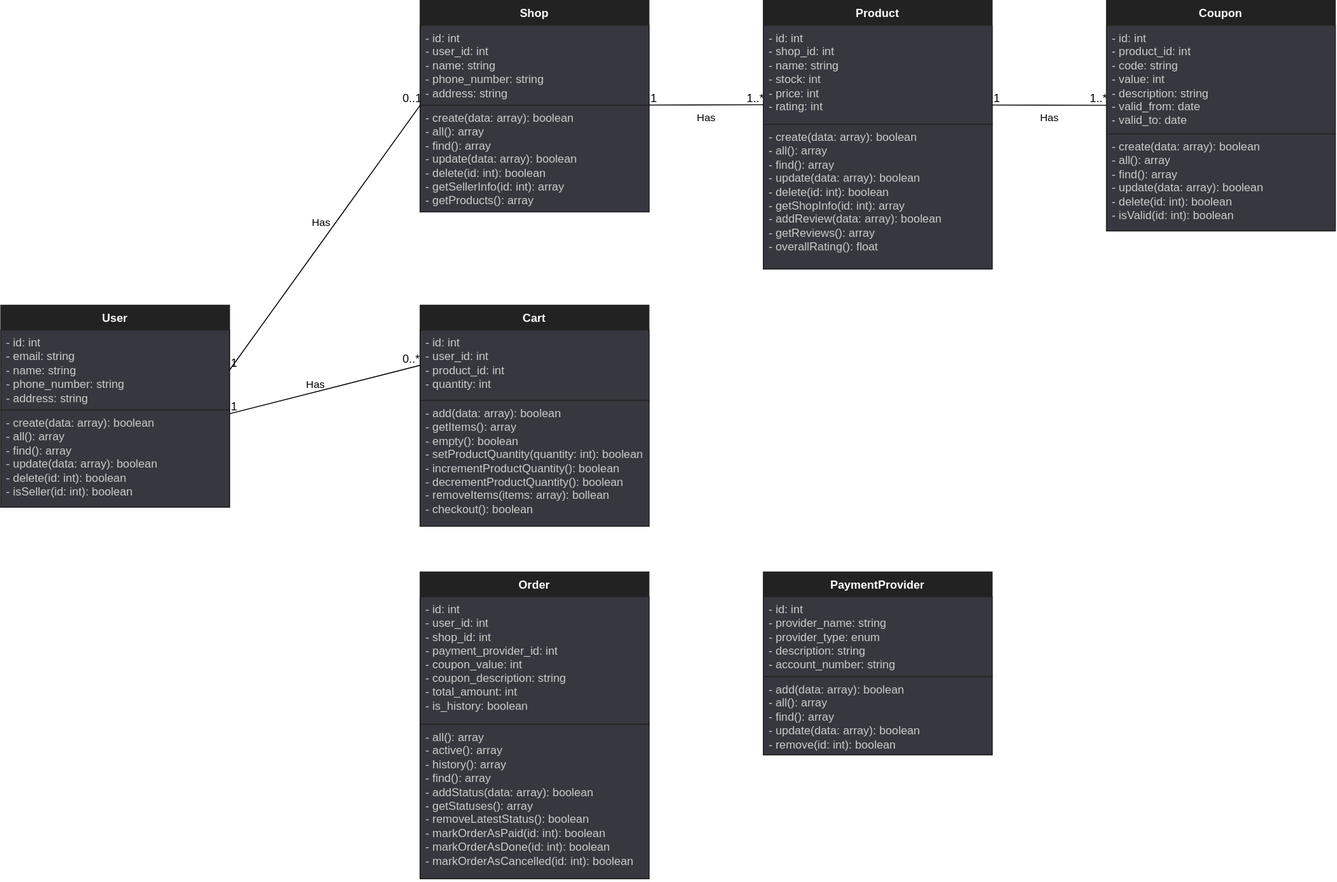
Before: class-diagram.drawio.svg, a diagram exported from draw.io (redorgs/luxe-crafted). Source tidied: cells renumbered, new cells last; positions are measured from the earlier drawing's top-left corner, leaving out a move shared by most shapes.
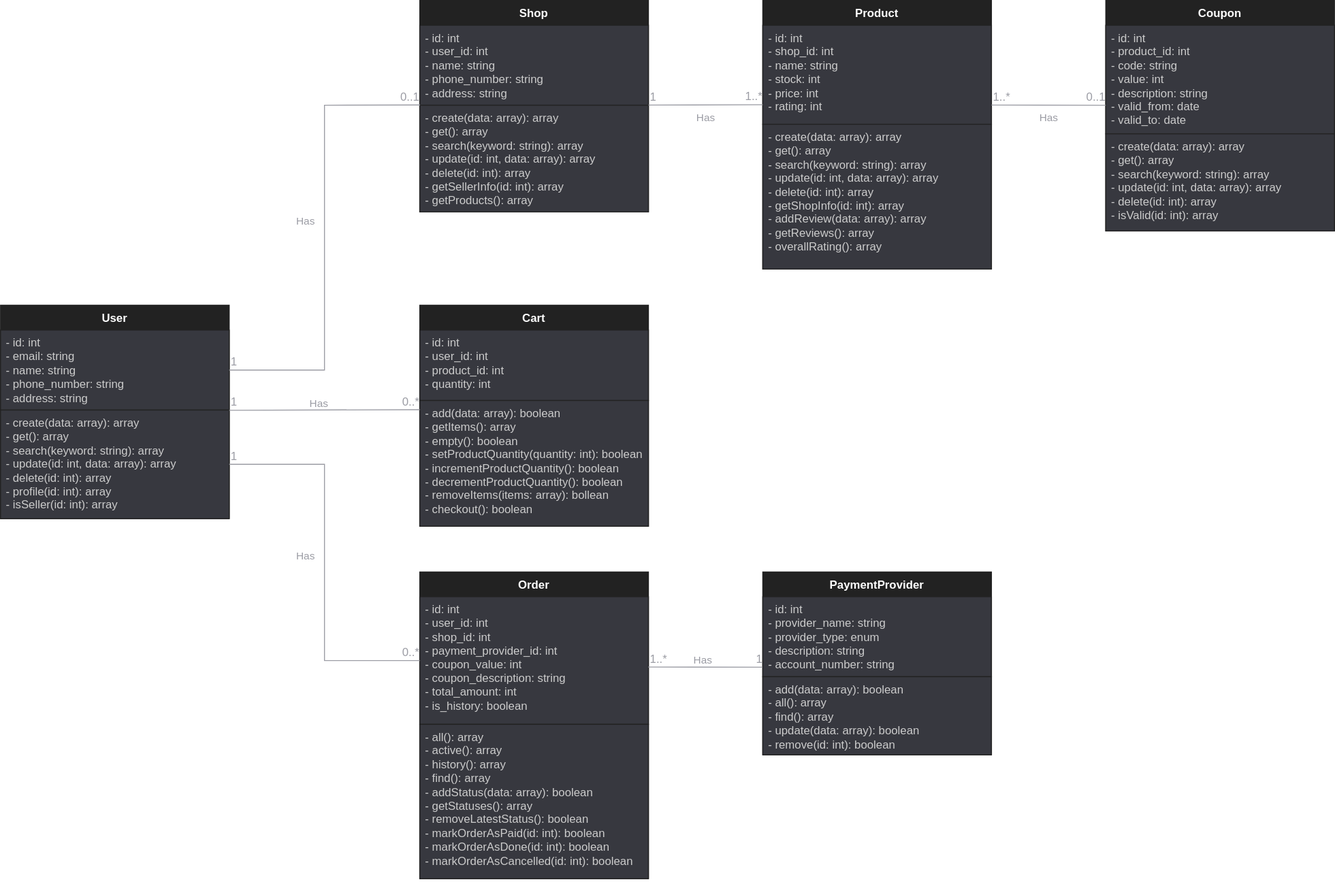
Later version of the same file.

Diff of the diagram source:
```diff
@@ -3,13 +3,13 @@
     <mxCell id="0" />
     <mxCell id="1" parent="0" />
     <mxCell id="2" value="User" style="swimlane;fontStyle=1;align=center;verticalAlign=top;horizontal=1;startSize=26;whiteSpace=wrap;html=1;fillColor=#222222;strokeColor=#222222;fontColor=#FFFFFF;" parent="1" vertex="1">
-      <mxGeometry y="320" width="240" height="212" as="geometry" />
+      <mxGeometry y="320" width="240" height="224" as="geometry" />
     </mxCell>
     <mxCell id="3" value="- id: int&lt;br&gt;- email: string&lt;br&gt;- name: string&lt;br&gt;- phone_number: string&lt;br&gt;- address: string" style="text;strokeColor=#222222;fillColor=#37383F;align=left;verticalAlign=top;spacingLeft=4;spacingRight=4;overflow=hidden;points=[[0,0.5],[1,0.5]];portConstraint=eastwest;whiteSpace=wrap;html=1;fontColor=#ccc;" parent="2" vertex="1">
       <mxGeometry y="26" width="240" height="84" as="geometry" />
     </mxCell>
-    <mxCell id="4" value="- create(data: array): boolean&lt;br&gt;- all(): array&lt;br&gt;- find(): array&lt;br&gt;- update(data: array): boolean&lt;br&gt;- delete(id: int): boolean&lt;br&gt;- isSeller(id: int): boolean" style="text;strokeColor=#222222;fillColor=#37383F;align=left;verticalAlign=top;spacingLeft=4;spacingRight=4;overflow=hidden;points=[[0,0.5],[1,0.5]];portConstraint=eastwest;whiteSpace=wrap;html=1;fontColor=#ccc;" parent="2" vertex="1">
-      <mxGeometry y="110" width="240" height="102" as="geometry" />
+    <mxCell id="4" value="- create(data: array): array&lt;br&gt;- get(): array&lt;br&gt;- search(keyword: string): array&lt;br&gt;- update(id: int, data: array): array&lt;br&gt;- delete(id: int): array&lt;br&gt;- profile(id: int): array&lt;br&gt;- isSeller(id: int): array" style="text;strokeColor=#222222;fillColor=#37383F;align=left;verticalAlign=top;spacingLeft=4;spacingRight=4;overflow=hidden;points=[[0,0.5],[1,0.5]];portConstraint=eastwest;whiteSpace=wrap;html=1;fontColor=#ccc;" parent="2" vertex="1">
+      <mxGeometry y="110" width="240" height="114" as="geometry" />
     </mxCell>
     <mxCell id="5" value="Shop" style="swimlane;fontStyle=1;align=center;verticalAlign=top;horizontal=1;startSize=26;whiteSpace=wrap;html=1;fillColor=#222222;strokeColor=#222222;fontColor=#FFFFFF;" parent="1" vertex="1">
       <mxGeometry x="440" width="240" height="222" as="geometry" />
@@ -17,7 +17,7 @@
     <mxCell id="6" value="- id: int&#10;- user_id: int&#10;- name: string&#10;- phone_number: string&#10;- address: string" style="text;strokeColor=#222222;fillColor=#37383F;align=left;verticalAlign=top;spacingLeft=4;spacingRight=4;overflow=hidden;points=[[0,0.5],[1,0.5]];portConstraint=eastwest;whiteSpace=wrap;html=1;fontColor=#ccc;" parent="5" vertex="1">
       <mxGeometry y="26" width="240" height="84" as="geometry" />
     </mxCell>
-    <mxCell id="7" value="- create(data: array): boolean&#10;- all(): array&#10;- find(): array&#10;- update(data: array): boolean&#10;- delete(id: int): boolean&#10;- getSellerInfo(id: int): array&#10;- getProducts(): array" style="text;strokeColor=#222222;fillColor=#37383F;align=left;verticalAlign=top;spacingLeft=4;spacingRight=4;overflow=hidden;whiteSpace=wrap;html=1;fontColor=#ccc;" parent="5" vertex="1">
+    <mxCell id="7" value="- create(data: array): array&lt;br style=&quot;border-color: var(--border-color);&quot;&gt;- get(): array&lt;br style=&quot;border-color: var(--border-color);&quot;&gt;- search(keyword: string): array&lt;br style=&quot;border-color: var(--border-color);&quot;&gt;- update(id: int, data: array): array&lt;br style=&quot;border-color: var(--border-color);&quot;&gt;- delete(id: int): array&lt;br&gt;- getSellerInfo(id: int): array&lt;br&gt;- getProducts(): array" style="text;strokeColor=#222222;fillColor=#37383F;align=left;verticalAlign=top;spacingLeft=4;spacingRight=4;overflow=hidden;whiteSpace=wrap;html=1;fontColor=#ccc;" parent="5" vertex="1">
       <mxGeometry y="110" width="240" height="112" as="geometry" />
     </mxCell>
     <mxCell id="8" value="&lt;div&gt;Product&lt;/div&gt;" style="swimlane;fontStyle=1;align=center;verticalAlign=top;horizontal=1;startSize=26;whiteSpace=wrap;html=1;fillColor=#222222;strokeColor=#222222;fontColor=#FFFFFF;" parent="1" vertex="1">
@@ -26,7 +26,7 @@
     <mxCell id="9" value="- id: int&#10;- shop_id: int&#10;- name: string&#10;- stock: int&#10;- price: int&#10;- rating: int" style="text;strokeColor=#222222;fillColor=#37383F;align=left;verticalAlign=top;spacingLeft=4;spacingRight=4;overflow=hidden;points=[[0,0.5],[1,0.5]];portConstraint=eastwest;whiteSpace=wrap;html=1;fontColor=#ccc;" parent="8" vertex="1">
       <mxGeometry y="26" width="240" height="104" as="geometry" />
     </mxCell>
-    <mxCell id="10" value="- create(data: array): boolean&#10;- all(): array&#10;- find(): array&#10;- update(data: array): boolean&#10;- delete(id: int): boolean&#10;- getShopInfo(id: int): array&#10;- addReview(data: array): boolean&#10;- getReviews(): array&#10;- overallRating(): float" style="text;strokeColor=#222222;fillColor=#37383F;align=left;verticalAlign=top;spacingLeft=4;spacingRight=4;overflow=hidden;whiteSpace=wrap;html=1;fontColor=#ccc;" parent="8" vertex="1">
+    <mxCell id="10" value="- create(data: array): array&lt;br style=&quot;border-color: var(--border-color);&quot;&gt;- get(): array&lt;br style=&quot;border-color: var(--border-color);&quot;&gt;- search(keyword: string): array&lt;br style=&quot;border-color: var(--border-color);&quot;&gt;- update(id: int, data: array): array&lt;br style=&quot;border-color: var(--border-color);&quot;&gt;- delete(id: int): array&lt;br&gt;- getShopInfo(id: int): array&lt;br&gt;- addReview(data: array): array&lt;br&gt;- getReviews(): array&lt;br&gt;- overallRating(): array" style="text;strokeColor=#222222;fillColor=#37383F;align=left;verticalAlign=top;spacingLeft=4;spacingRight=4;overflow=hidden;whiteSpace=wrap;html=1;fontColor=#ccc;" parent="8" vertex="1">
       <mxGeometry y="130" width="240" height="152" as="geometry" />
     </mxCell>
     <mxCell id="11" value="Cart" style="swimlane;fontStyle=1;align=center;verticalAlign=top;horizontal=1;startSize=26;whiteSpace=wrap;html=1;fillColor=#222222;strokeColor=#222222;fontColor=#FFFFFF;" parent="1" vertex="1">
@@ -62,46 +62,74 @@
     <mxCell id="21" value="- id: int&#10;- product_id: int&#10;- code: string&#10;- value: int&#10;- description: string&#10;- valid_from: date&#10;- valid_to: date" style="text;strokeColor=#222222;fillColor=#37383F;align=left;verticalAlign=top;spacingLeft=4;spacingRight=4;overflow=hidden;whiteSpace=wrap;html=1;fontColor=#ccc;" parent="20" vertex="1">
       <mxGeometry y="26" width="240" height="114" as="geometry" />
     </mxCell>
-    <mxCell id="22" value="- create(data: array): boolean&#10;- all(): array&#10;- find(): array&#10;- update(data: array): boolean&#10;- delete(id: int): boolean&#10;- isValid(id: int): boolean" style="text;strokeColor=#222222;fillColor=#37383F;align=left;verticalAlign=top;spacingLeft=4;spacingRight=4;overflow=hidden;whiteSpace=wrap;html=1;fontColor=#ccc;" parent="20" vertex="1">
+    <mxCell id="22" value="- create(data: array): array&lt;br style=&quot;border-color: var(--border-color);&quot;&gt;- get(): array&lt;br style=&quot;border-color: var(--border-color);&quot;&gt;- search(keyword: string): array&lt;br style=&quot;border-color: var(--border-color);&quot;&gt;- update(id: int, data: array): array&lt;br style=&quot;border-color: var(--border-color);&quot;&gt;- delete(id: int): array&lt;br&gt;- isValid(id: int): array" style="text;strokeColor=#222222;fillColor=#37383F;align=left;verticalAlign=top;spacingLeft=4;spacingRight=4;overflow=hidden;whiteSpace=wrap;html=1;fontColor=#ccc;" parent="20" vertex="1">
       <mxGeometry y="140" width="240" height="102" as="geometry" />
     </mxCell>
-    <mxCell id="23" value="Has" style="endArrow=none;html=1;rounded=0;align=center;verticalAlign=top;endFill=0;labelBackgroundColor=none;exitX=1;exitY=0.5;exitDx=0;exitDy=0;entryX=0.001;entryY=0.996;entryDx=0;entryDy=0;entryPerimeter=0;" parent="1" edge="1" source="3" target="6">
-      <mxGeometry x="0.12" y="20" relative="1" as="geometry" />
+    <mxCell id="23" value="Has" style="endArrow=none;html=1;rounded=0;align=center;verticalAlign=top;endFill=0;labelBackgroundColor=none;exitX=1;exitY=0.5;exitDx=0;exitDy=0;entryX=0.001;entryY=0.996;entryDx=0;entryDy=0;entryPerimeter=0;strokeColor=#9b9ca4;fontColor=#9b9ca4;" parent="1" edge="1" source="3" target="6">
+      <mxGeometry x="0.12" y="20" relative="1" as="geometry">
+        <Array as="points">
+          <mxPoint x="340" y="388" />
+          <mxPoint x="340" y="110" />
+        </Array>
+      </mxGeometry>
     </mxCell>
-    <mxCell id="24" value="1" style="html=1;align=left;verticalAlign=bottom;labelBackgroundColor=none;" parent="23" vertex="1">
+    <mxCell id="24" value="1" style="html=1;align=left;verticalAlign=bottom;labelBackgroundColor=none;fontColor=#9b9ca4;" parent="23" vertex="1">
       <mxGeometry x="-1" relative="1" as="geometry" />
     </mxCell>
-    <mxCell id="25" value="0..1" style="html=1;align=right;verticalAlign=bottom;labelBackgroundColor=none;" parent="23" vertex="1">
+    <mxCell id="25" value="0..1" style="html=1;align=right;verticalAlign=bottom;labelBackgroundColor=none;fontColor=#9b9ca4;" parent="23" vertex="1">
       <mxGeometry x="1" relative="1" as="geometry" />
     </mxCell>
-    <mxCell id="26" value="Has" style="endArrow=none;html=1;rounded=0;align=center;verticalAlign=top;endFill=0;labelBackgroundColor=none;exitX=1;exitY=0.998;exitDx=0;exitDy=0;entryX=0;entryY=0.802;entryDx=0;entryDy=0;exitPerimeter=0;entryPerimeter=0;" parent="1" edge="1" source="6" target="9">
+    <mxCell id="26" value="Has" style="endArrow=none;html=1;rounded=0;align=center;verticalAlign=top;endFill=0;labelBackgroundColor=none;exitX=1;exitY=0.998;exitDx=0;exitDy=0;entryX=0;entryY=0.802;entryDx=0;entryDy=0;exitPerimeter=0;entryPerimeter=0;fontColor=#9b9ca4;strokeColor=#9b9ca4;" parent="1" edge="1" source="6" target="9">
       <mxGeometry relative="1" as="geometry" />
     </mxCell>
-    <mxCell id="27" value="1" style="html=1;align=left;verticalAlign=bottom;labelBackgroundColor=none;" parent="26" vertex="1">
+    <mxCell id="27" value="1" style="html=1;align=left;verticalAlign=bottom;labelBackgroundColor=none;fontColor=#9b9ca4;" parent="26" vertex="1">
       <mxGeometry x="-1" relative="1" as="geometry" />
     </mxCell>
-    <mxCell id="28" value="1..*" style="html=1;align=right;verticalAlign=bottom;labelBackgroundColor=none;" parent="26" vertex="1">
+    <mxCell id="28" value="1..*" style="html=1;align=right;verticalAlign=bottom;labelBackgroundColor=none;fontColor=#9b9ca4;" parent="26" vertex="1">
       <mxGeometry x="1" relative="1" as="geometry" />
     </mxCell>
-    <mxCell id="29" value="Has" style="endArrow=none;html=1;rounded=0;align=center;verticalAlign=top;endFill=0;labelBackgroundColor=none;exitX=1.001;exitY=1.046;exitDx=0;exitDy=0;entryX=0;entryY=0.5;entryDx=0;entryDy=0;exitPerimeter=0;" parent="1" edge="1" source="3" target="12">
+    <mxCell id="29" value="Has" style="endArrow=none;html=1;rounded=0;align=center;verticalAlign=top;endFill=0;labelBackgroundColor=none;exitX=1;exitY=0.002;exitDx=0;exitDy=0;entryX=0;entryY=0.073;entryDx=0;entryDy=0;exitPerimeter=0;entryPerimeter=0;fontColor=#9b9ca4;strokeColor=#9b9ca4;" parent="1" edge="1" source="4" target="13">
       <mxGeometry x="-0.06" y="20" relative="1" as="geometry" />
     </mxCell>
-    <mxCell id="30" value="1" style="html=1;align=left;verticalAlign=bottom;labelBackgroundColor=none;" parent="29" vertex="1">
+    <mxCell id="30" value="1" style="html=1;align=left;verticalAlign=bottom;labelBackgroundColor=none;fontColor=#9b9ca4;" parent="29" vertex="1">
       <mxGeometry x="-1" relative="1" as="geometry" />
     </mxCell>
-    <mxCell id="31" value="0..*" style="html=1;align=right;verticalAlign=bottom;labelBackgroundColor=none;" parent="29" vertex="1">
+    <mxCell id="31" value="0..*" style="html=1;align=right;verticalAlign=bottom;labelBackgroundColor=none;fontColor=#9b9ca4;" parent="29" vertex="1">
       <mxGeometry x="1" relative="1" as="geometry" />
     </mxCell>
-    <mxCell id="32" value="Has" style="endArrow=none;html=1;rounded=0;align=center;verticalAlign=top;endFill=0;labelBackgroundColor=none;exitX=1;exitY=0.806;exitDx=0;exitDy=0;exitPerimeter=0;" parent="1" edge="1" source="9">
+    <mxCell id="32" value="Has" style="endArrow=none;html=1;rounded=0;align=center;verticalAlign=top;endFill=0;labelBackgroundColor=none;exitX=1;exitY=0.806;exitDx=0;exitDy=0;exitPerimeter=0;fontColor=#9b9ca4;strokeColor=#9b9ca4;" parent="1" edge="1" source="9">
       <mxGeometry relative="1" as="geometry">
         <mxPoint x="1160" y="110" as="targetPoint" />
       </mxGeometry>
     </mxCell>
-    <mxCell id="33" value="1" style="html=1;align=left;verticalAlign=bottom;labelBackgroundColor=none;" parent="32" vertex="1">
+    <mxCell id="33" value="1..*" style="html=1;align=left;verticalAlign=bottom;labelBackgroundColor=none;fontColor=#9b9ca4;" parent="32" vertex="1">
       <mxGeometry x="-1" relative="1" as="geometry" />
     </mxCell>
-    <mxCell id="34" value="1..*" style="html=1;align=right;verticalAlign=bottom;labelBackgroundColor=none;" parent="32" vertex="1">
+    <mxCell id="34" value="0..1" style="html=1;align=right;verticalAlign=bottom;labelBackgroundColor=none;fontColor=#9b9ca4;" parent="32" vertex="1">
       <mxGeometry x="1" relative="1" as="geometry" />
     </mxCell>
+    <mxCell id="35" value="Has" style="endArrow=none;html=1;rounded=0;align=center;verticalAlign=top;endFill=0;labelBackgroundColor=none;exitX=1;exitY=0.5;exitDx=0;exitDy=0;entryX=0;entryY=0.5;entryDx=0;entryDy=0;fontColor=#9b9ca4;strokeColor=#9b9ca4;" parent="1" edge="1" source="4" target="18">
+      <mxGeometry x="-0.1" y="-20" relative="1" as="geometry">
+        <Array as="points">
+          <mxPoint x="340" y="487" />
+          <mxPoint x="340" y="693" />
+        </Array>
+      </mxGeometry>
+    </mxCell>
+    <mxCell id="36" value="1" style="html=1;align=left;verticalAlign=bottom;labelBackgroundColor=none;fontColor=#9b9ca4;" parent="35" vertex="1">
+      <mxGeometry x="-1" relative="1" as="geometry" />
+    </mxCell>
+    <mxCell id="37" value="0..*" style="html=1;align=right;verticalAlign=bottom;labelBackgroundColor=none;fontColor=#9b9ca4;" parent="35" vertex="1">
+      <mxGeometry x="1" relative="1" as="geometry" />
+    </mxCell>
+    <mxCell id="38" value="Has" style="endArrow=none;html=1;rounded=0;align=center;verticalAlign=top;endFill=0;labelBackgroundColor=none;exitX=0.999;exitY=0.551;exitDx=0;exitDy=0;exitPerimeter=0;entryX=-0.002;entryY=0.881;entryDx=0;entryDy=0;entryPerimeter=0;fontColor=#9b9ca4;strokeColor=#9b9ca4;" parent="1" edge="1" source="18" target="15">
+      <mxGeometry x="-0.06" y="20" relative="1" as="geometry" />
+    </mxCell>
+    <mxCell id="39" value="1..*" style="html=1;align=left;verticalAlign=bottom;labelBackgroundColor=none;fontColor=#9b9ca4;" parent="38" vertex="1">
+      <mxGeometry x="-1" relative="1" as="geometry" />
+    </mxCell>
+    <mxCell id="40" value="1" style="html=1;align=right;verticalAlign=bottom;labelBackgroundColor=none;fontColor=#9b9ca4;" parent="38" vertex="1">
+      <mxGeometry x="1" relative="1" as="geometry" />
+    </mxCell>
   </root>
 </mxGraphModel>
```
